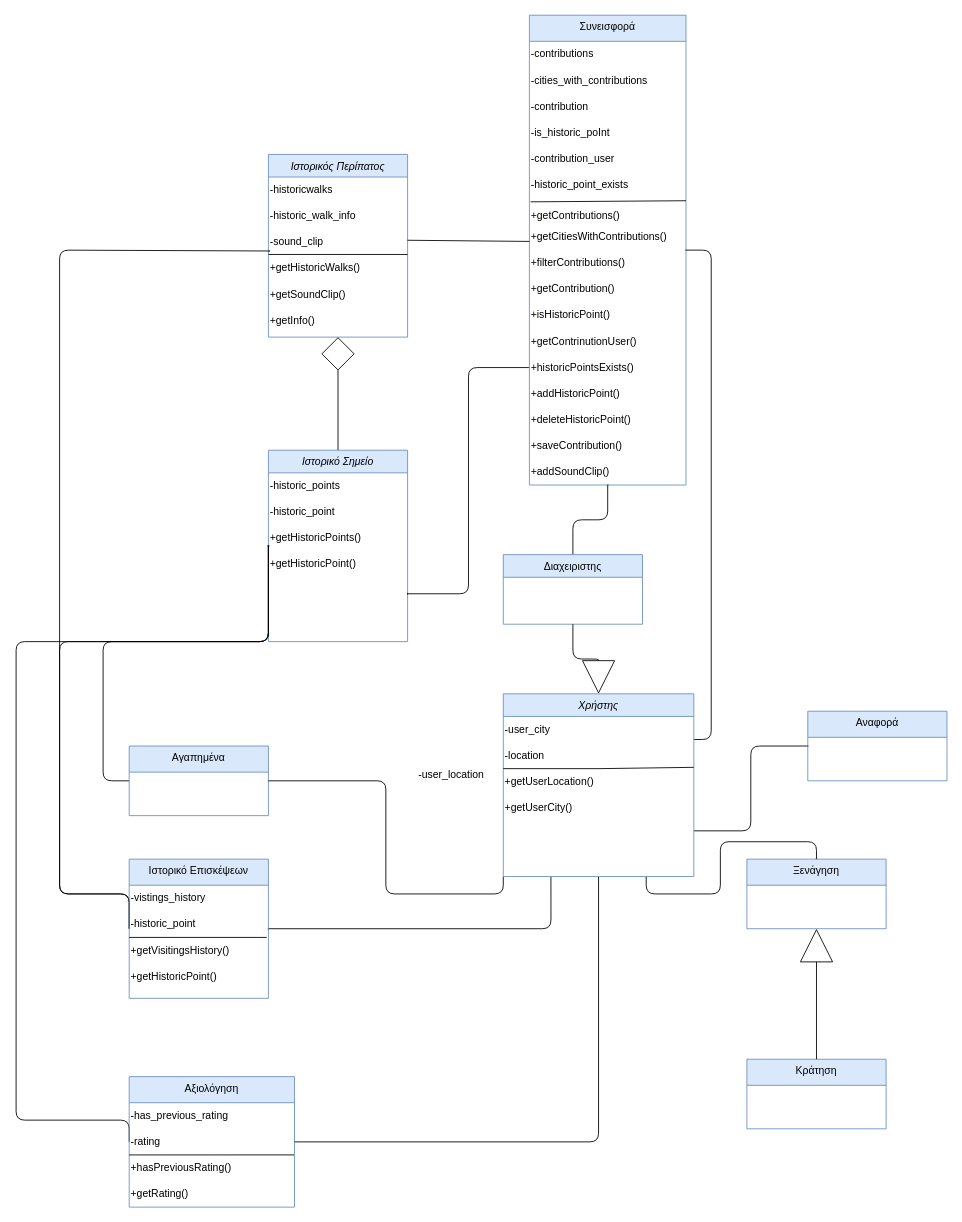
The draw.io diagram NOTES/Domain Model.drawio in Nektar24/software-engineering, before the edit. Source tidied: cells renumbered, new cells numbered last; positions are measured from the earlier drawing's top-left corner, leaving out a move shared by most shapes. Both pictures are drawn from the tidied source at 87%, with x=0, y=0 at pixel (16, 15).
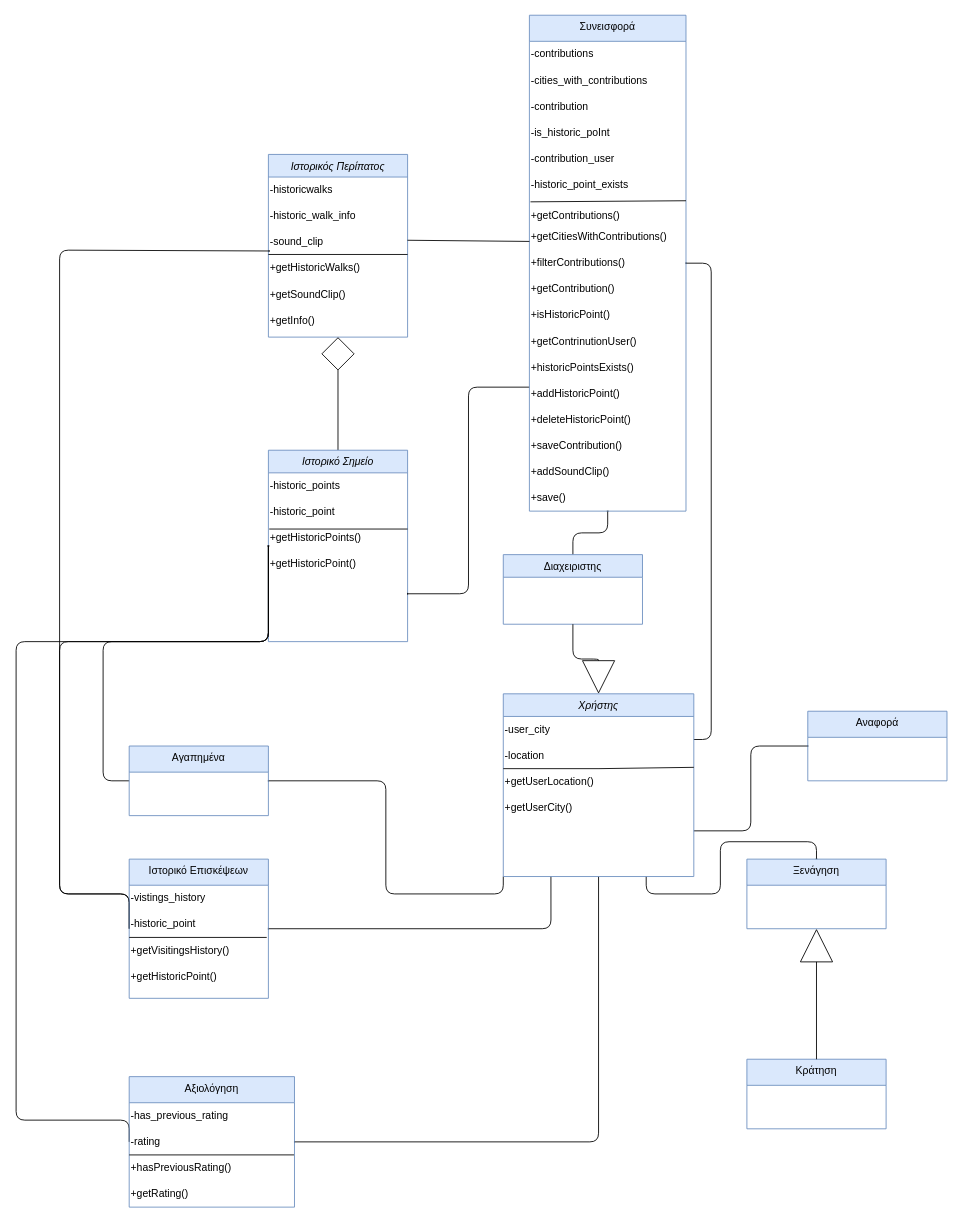
The same page after the edit.

Unchanged cells that the change refers to:
```xml
<mxCell id="26" value="Ιστορικό Σημείο" style="swimlane;fontStyle=2;align=center;verticalAlign=top;horizontal=1;startSize=26;rounded=0;shadow=0;strokeWidth=1;fillColor=#dae8fc;strokeColor=#6c8ebf;" parent="1" vertex="1">
  <mxGeometry x="290" y="500" width="160" height="220" as="geometry" />
</mxCell>
<mxCell id="28" value="-historic_point" style="text;html=1;align=left;verticalAlign=middle;points=[];strokeColor=none;fillColor=none;" parent="26" vertex="1">
  <mxGeometry y="56" width="160" height="30" as="geometry" />
</mxCell>
<mxCell id="29" value="+getHistoricPoints()" style="text;html=1;align=left;verticalAlign=middle;points=[];strokeColor=none;fillColor=none;" parent="26" vertex="1">
  <mxGeometry y="86" width="160" height="30" as="geometry" />
</mxCell>
```

What changed in the source:
```diff
@@
+    <mxCell id="74" style="endArrow=none;html=1;rounded=0;exitX=0.006;exitY=1.153;exitDx=0;exitDy=0;exitPerimeter=0;entryX=1;entryY=0.153;entryDx=0;entryDy=0;entryPerimeter=0;" parent="26" edge="1" source="28" target="29">
+      <mxGeometry relative="1" as="geometry" />
+    </mxCell>
@@
     <mxCell id="32" value="Συνεισφορά" style="swimlane;fontStyle=0;align=center;verticalAlign=top;horizontal=1;startSize=30;rounded=0;shadow=0;strokeWidth=1;fillColor=#dae8fc;strokeColor=#6c8ebf;" parent="1" vertex="1">
-      <mxGeometry x="590" width="180" height="540" as="geometry" />
+      <mxGeometry x="590" width="180" height="570" as="geometry" />
     </mxCell>
@@
+    <mxCell id="75" value="+save()" style="text;html=1;align=left;verticalAlign=middle;strokeColor=none;fillColor=none;" parent="32" vertex="1">
+      <mxGeometry y="540" width="180" height="30" as="geometry" />
+    </mxCell>
@@
-    <mxCell id="73" value="-user_location" style="text;html=1;align=center;verticalAlign=middle;strokeColor=none;fillColor=none;" parent="1" vertex="1">
-      <mxGeometry x="450" y="858" width="100" height="30" as="geometry" />
-    </mxCell>
```
